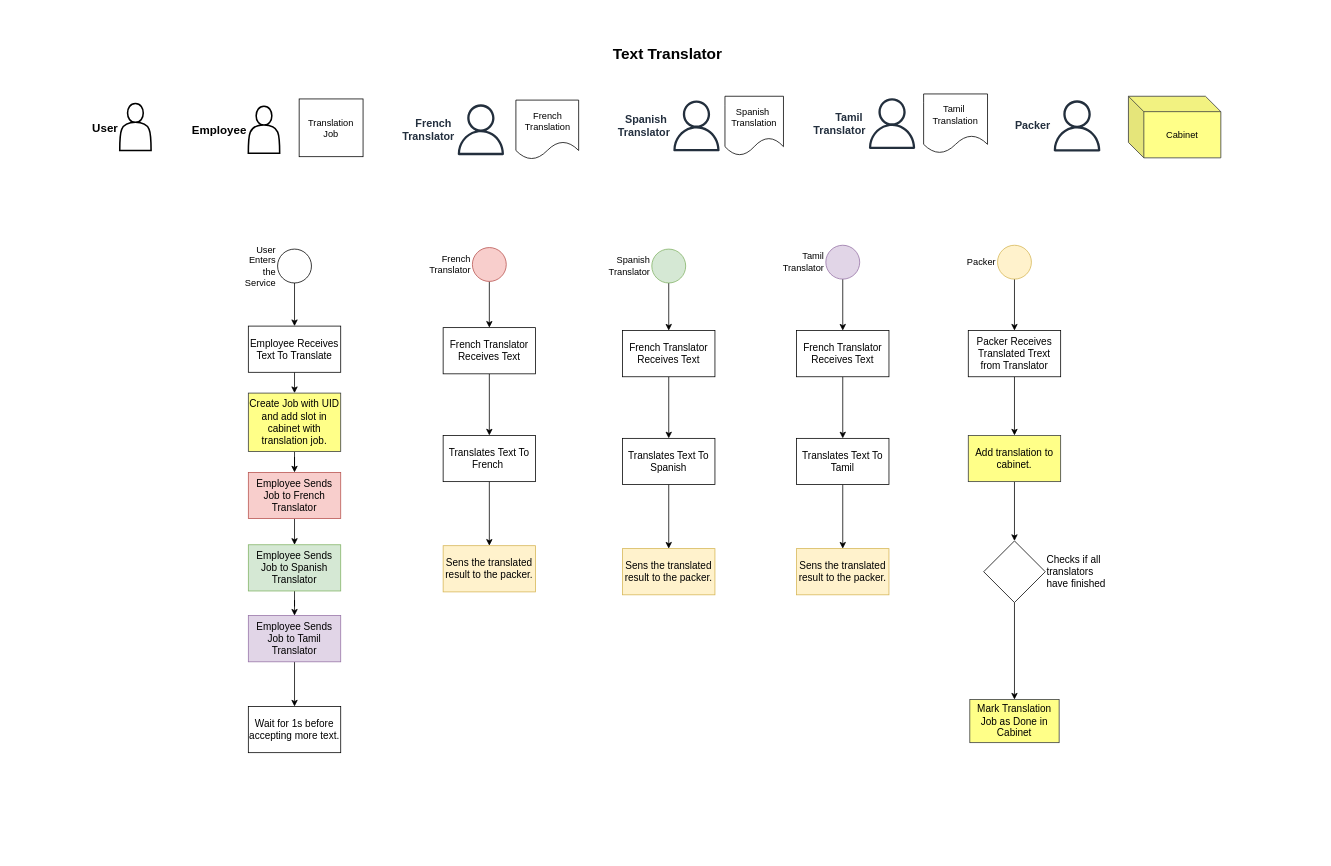
Above: page "text-translator" (6 of 7) of sample/LibraryManager.drawio in vishalpalaniappan/asp-adli-python (draw.io), before the change. Source tidied: cells renumbered, new cells numbered last; positions are measured from the earlier drawing's top-left corner, leaving out a move shared by most shapes. Both pictures are drawn from the tidied source at 77%, with x=0, y=0 at pixel (13, 13).
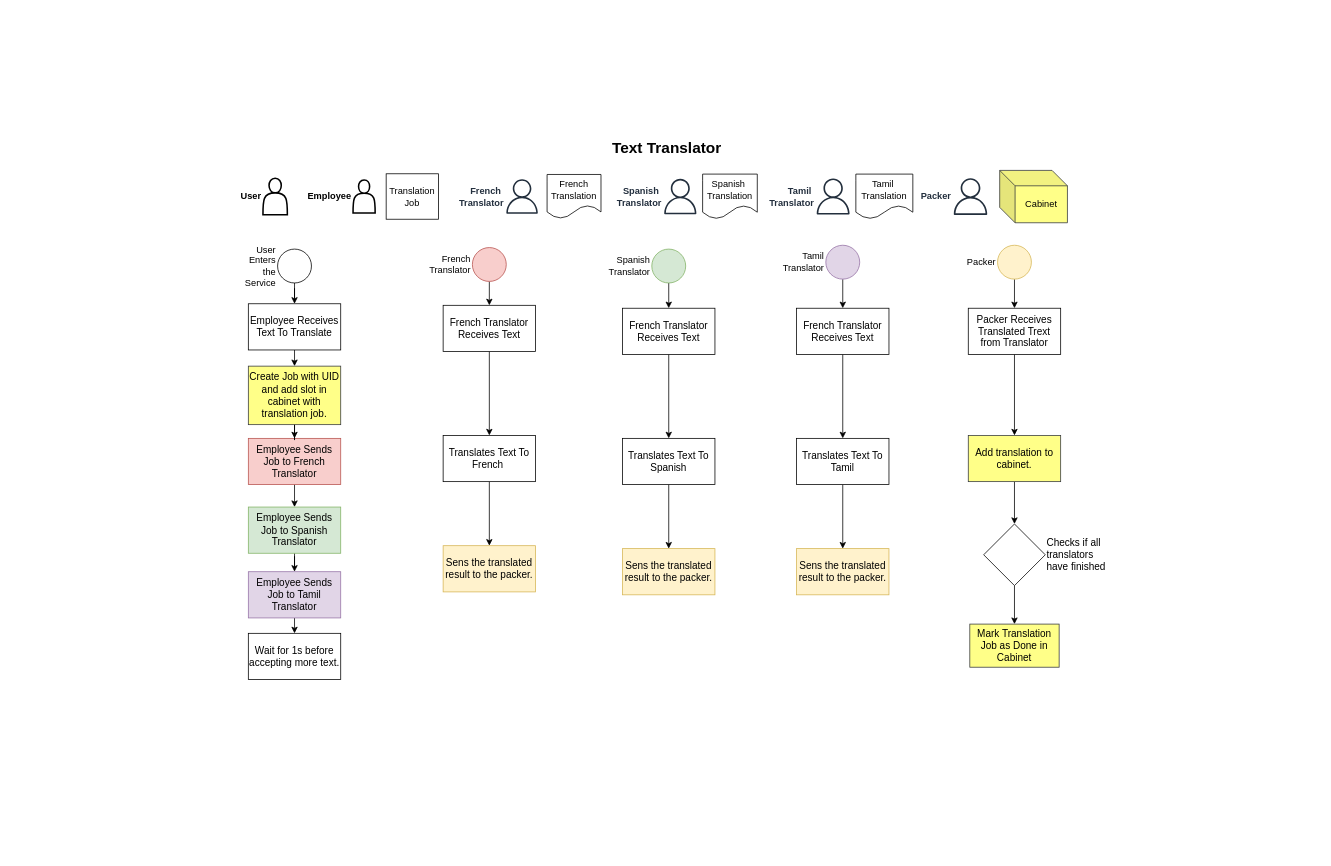
The same diagram, later.

What changed in the source:
```diff
@@
     <mxCell id="2" style="rounded=0;whiteSpace=wrap;html=1;strokeColor=none;" parent="1" vertex="1">
-      <mxGeometry width="1694" height="1091" as="geometry" />
+      <mxGeometry x="258" y="140" width="1186" height="769" as="geometry" />
     </mxCell>
@@
     <mxCell id="5" value="Text Translator&amp;nbsp;" style="text;html=1;align=center;verticalAlign=middle;whiteSpace=wrap;rounded=0;fontSize=20;fontStyle=1;" parent="1" vertex="1">
-      <mxGeometry x="697" y="37" width="311" height="30" as="geometry" />
+      <mxGeometry x="695.5" y="159" width="311" height="30" as="geometry" />
     </mxCell>
-    <mxCell id="6" value="User" style="shape=actor;whiteSpace=wrap;html=1;strokeWidth=2;fontStyle=1;labelPosition=left;verticalLabelPosition=middle;align=right;verticalAlign=middle;fontSize=15;" parent="1" vertex="1">
-      <mxGeometry x="138" y="117" width="40.7" height="61" as="geometry" />
+    <mxCell id="6" value="User" style="shape=actor;whiteSpace=wrap;html=1;strokeWidth=2;fontStyle=1;labelPosition=left;verticalLabelPosition=middle;align=right;verticalAlign=middle;fontSize=12;" parent="1" vertex="1">
+      <mxGeometry x="324" y="214" width="31.7" height="47.5" as="geometry" />
     </mxCell>
-    <mxCell id="7" value="French&amp;nbsp;&lt;div&gt;Translator&lt;/div&gt;" style="sketch=0;fontColor=#232F3E;gradientColor=none;fillColor=#232F3D;strokeColor=none;dashed=0;verticalLabelPosition=middle;verticalAlign=middle;align=right;html=1;fontSize=14;fontStyle=1;shape=mxgraph.aws4.user;labelPosition=left;" parent="1" vertex="1">
-      <mxGeometry x="574" y="118" width="66" height="66" as="geometry" />
+    <mxCell id="7" value="French&amp;nbsp;&lt;div style=&quot;font-size: 12px;&quot;&gt;Translator&lt;/div&gt;" style="sketch=0;fontColor=#232F3E;gradientColor=none;fillColor=#232F3D;strokeColor=none;dashed=0;verticalLabelPosition=middle;verticalAlign=middle;align=right;html=1;fontSize=12;fontStyle=1;shape=mxgraph.aws4.user;labelPosition=left;" parent="1" vertex="1">
+      <mxGeometry x="638" y="215.2" width="45" height="45" as="geometry" />
     </mxCell>
-    <mxCell id="8" value="Spanish&amp;nbsp;&lt;div&gt;Translator&lt;/div&gt;" style="sketch=0;fontColor=#232F3E;gradientColor=none;fillColor=#232F3D;strokeColor=none;dashed=0;verticalLabelPosition=middle;verticalAlign=middle;align=right;html=1;fontSize=14;fontStyle=1;shape=mxgraph.aws4.user;labelPosition=left;" parent="1" vertex="1">
-      <mxGeometry x="854" y="113" width="66" height="66" as="geometry" />
+    <mxCell id="8" value="Spanish&amp;nbsp;&lt;div style=&quot;font-size: 12px;&quot;&gt;Translator&lt;/div&gt;" style="sketch=0;fontColor=#232F3E;gradientColor=none;fillColor=#232F3D;strokeColor=none;dashed=0;verticalLabelPosition=middle;verticalAlign=middle;align=right;html=1;fontSize=12;fontStyle=1;shape=mxgraph.aws4.user;labelPosition=left;" parent="1" vertex="1">
+      <mxGeometry x="843" y="214.8" width="46" height="46" as="geometry" />
     </mxCell>
-    <mxCell id="9" value="Tamil&amp;nbsp;&lt;div&gt;Translator&lt;/div&gt;" style="sketch=0;fontColor=#232F3E;gradientColor=none;fillColor=#232F3D;strokeColor=none;dashed=0;verticalLabelPosition=middle;verticalAlign=middle;align=right;html=1;fontSize=14;fontStyle=1;shape=mxgraph.aws4.user;labelPosition=left;" parent="1" vertex="1">
-      <mxGeometry x="1108" y="110" width="66" height="66" as="geometry" />
+    <mxCell id="9" value="Tamil&amp;nbsp;&lt;div style=&quot;font-size: 12px;&quot;&gt;Translator&lt;/div&gt;" style="sketch=0;fontColor=#232F3E;gradientColor=none;fillColor=#232F3D;strokeColor=none;dashed=0;verticalLabelPosition=middle;verticalAlign=middle;align=right;html=1;fontSize=12;fontStyle=1;shape=mxgraph.aws4.user;labelPosition=left;" parent="1" vertex="1">
+      <mxGeometry x="1041" y="214.2" width="47" height="47" as="geometry" />
     </mxCell>
-    <mxCell id="10" value="Employee" style="shape=actor;whiteSpace=wrap;html=1;strokeWidth=2;fontStyle=1;labelPosition=left;verticalLabelPosition=middle;align=right;verticalAlign=middle;fontSize=15;" parent="1" vertex="1">
-      <mxGeometry x="305" y="120.5" width="40.7" height="61" as="geometry" />
+    <mxCell id="10" value="Employee" style="shape=actor;whiteSpace=wrap;html=1;strokeWidth=2;fontStyle=1;labelPosition=left;verticalLabelPosition=middle;align=right;verticalAlign=middle;fontSize=12;" parent="1" vertex="1">
+      <mxGeometry x="441" y="216.2" width="28.7" height="43" as="geometry" />
     </mxCell>
@@
     <mxCell id="12" value="Employee Receives Text To Translate" style="rounded=0;whiteSpace=wrap;html=1;fontSize=13;" parent="1" vertex="1">
-      <mxGeometry x="305" y="406" width="120" height="60" as="geometry" />
+      <mxGeometry x="305" y="377" width="120" height="60" as="geometry" />
     </mxCell>
@@
     <mxCell id="14" value="Employee Sends Job to French Translator" style="rounded=0;whiteSpace=wrap;html=1;fontSize=13;fillColor=#f8cecc;strokeColor=#b85450;" parent="1" vertex="1">
-      <mxGeometry x="305" y="596" width="120" height="60" as="geometry" />
+      <mxGeometry x="305" y="551.8" width="120" height="60" as="geometry" />
     </mxCell>
@@
     <mxCell id="16" value="Employee Sends Job to Spanish Translator" style="rounded=0;whiteSpace=wrap;html=1;fontSize=13;fillColor=#d5e8d4;strokeColor=#82b366;" parent="1" vertex="1">
-      <mxGeometry x="305" y="690" width="120" height="60" as="geometry" />
+      <mxGeometry x="305" y="641" width="120" height="60" as="geometry" />
     </mxCell>
@@
     <mxCell id="18" value="Employee Sends Job to Tamil Translator" style="rounded=0;whiteSpace=wrap;html=1;fontSize=13;fillColor=#e1d5e7;strokeColor=#9673a6;" parent="1" vertex="1">
-      <mxGeometry x="305" y="782" width="120" height="60" as="geometry" />
+      <mxGeometry x="305" y="725" width="120" height="60" as="geometry" />
     </mxCell>
     <mxCell id="19" value="Wait for 1s before accepting more text." style="rounded=0;whiteSpace=wrap;html=1;fontSize=13;" parent="1" vertex="1">
-      <mxGeometry x="305" y="900" width="120" height="60" as="geometry" />
+      <mxGeometry x="305" y="805" width="120" height="60" as="geometry" />
     </mxCell>
@@
     <mxCell id="27" value="French Translator Receives Text" style="rounded=0;whiteSpace=wrap;html=1;fontSize=13;" parent="1" vertex="1">
-      <mxGeometry x="558" y="408" width="120" height="60" as="geometry" />
+      <mxGeometry x="558" y="379" width="120" height="60" as="geometry" />
     </mxCell>
@@
     <mxCell id="32" value="French Translator Receives Text" style="rounded=0;whiteSpace=wrap;html=1;fontSize=13;" parent="1" vertex="1">
-      <mxGeometry x="791" y="411.8" width="120" height="60" as="geometry" />
+      <mxGeometry x="791" y="382.8" width="120" height="60" as="geometry" />
     </mxCell>
@@
     <mxCell id="37" value="French Translator Receives Text" style="rounded=0;whiteSpace=wrap;html=1;fontSize=13;" parent="1" vertex="1">
-      <mxGeometry x="1017" y="411.8" width="120" height="60" as="geometry" />
+      <mxGeometry x="1017" y="382.8" width="120" height="60" as="geometry" />
     </mxCell>
@@
     <mxCell id="44" value="Packer Receives Translated Trext from Translator" style="rounded=0;whiteSpace=wrap;html=1;fontSize=13;" parent="1" vertex="1">
-      <mxGeometry x="1240" y="411.8" width="120" height="60" as="geometry" />
+      <mxGeometry x="1240" y="382.8" width="120" height="60" as="geometry" />
     </mxCell>
@@
     <mxCell id="48" value="Checks if all translators have finished" style="rhombus;whiteSpace=wrap;html=1;fontSize=13;labelPosition=right;verticalLabelPosition=middle;align=left;verticalAlign=middle;" parent="1" vertex="1">
-      <mxGeometry x="1260" y="685" width="80" height="80" as="geometry" />
+      <mxGeometry x="1260" y="663" width="80" height="80" as="geometry" />
     </mxCell>
     <mxCell id="49" value="Mark Translation Job as Done in Cabinet" style="rounded=0;whiteSpace=wrap;html=1;fontSize=13;fillColor=#ffff88;strokeColor=#36393d;" parent="1" vertex="1">
-      <mxGeometry x="1242" y="891" width="116" height="56" as="geometry" />
+      <mxGeometry x="1242" y="793" width="116" height="56" as="geometry" />
     </mxCell>
     <mxCell id="50" value="French&lt;div&gt;Translation&lt;/div&gt;" style="shape=document;whiteSpace=wrap;html=1;boundedLbl=1;" parent="1" vertex="1">
-      <mxGeometry x="652.5" y="112.5" width="81.5" height="77" as="geometry" />
+      <mxGeometry x="693" y="209.1" width="70" height="57.2" as="geometry" />
     </mxCell>
     <mxCell id="51" value="Spanish&amp;nbsp;&lt;div&gt;Translation&lt;/div&gt;" style="shape=document;whiteSpace=wrap;html=1;boundedLbl=1;" parent="1" vertex="1">
-      <mxGeometry x="924" y="107.5" width="76" height="77" as="geometry" />
+      <mxGeometry x="895" y="208.6" width="71" height="58.2" as="geometry" />
     </mxCell>
     <mxCell id="52" value="Tamil&amp;nbsp;&lt;div&gt;Translation&lt;/div&gt;" style="shape=document;whiteSpace=wrap;html=1;boundedLbl=1;" parent="1" vertex="1">
-      <mxGeometry x="1182" y="104.5" width="83" height="77" as="geometry" />
+      <mxGeometry x="1094" y="208.6" width="74" height="58.2" as="geometry" />
     </mxCell>
-    <mxCell id="53" value="Packer" style="sketch=0;fontColor=#232F3E;gradientColor=none;fillColor=#232F3D;strokeColor=none;dashed=0;verticalLabelPosition=middle;verticalAlign=middle;align=right;html=1;fontSize=14;fontStyle=1;shape=mxgraph.aws4.user;labelPosition=left;" parent="1" vertex="1">
-      <mxGeometry x="1348" y="112.8" width="66.5" height="66.5" as="geometry" />
+    <mxCell id="53" value="Packer" style="sketch=0;fontColor=#232F3E;gradientColor=none;fillColor=#232F3D;strokeColor=none;dashed=0;verticalLabelPosition=middle;verticalAlign=middle;align=right;html=1;fontSize=12;fontStyle=1;shape=mxgraph.aws4.user;labelPosition=left;" parent="1" vertex="1">
+      <mxGeometry x="1219" y="213.9" width="47.8" height="47.8" as="geometry" />
     </mxCell>
     <mxCell id="54" value="Cabinet" style="shape=cube;whiteSpace=wrap;html=1;boundedLbl=1;backgroundOutline=1;darkOpacity=0.05;darkOpacity2=0.1;fillColor=#ffff88;strokeColor=#36393d;" parent="1" vertex="1">
-      <mxGeometry x="1448" y="107.5" width="120" height="80" as="geometry" />
+      <mxGeometry x="1280.8" y="203.8" width="88" height="68" as="geometry" />
     </mxCell>
@@
     <mxCell id="56" value="Create Job with UID and add slot in cabinet with translation job." style="rounded=0;whiteSpace=wrap;html=1;fontSize=13;fillColor=#ffff88;strokeColor=#36393d;" parent="1" vertex="1">
-      <mxGeometry x="305" y="493" width="120" height="76" as="geometry" />
+      <mxGeometry x="305" y="458" width="120" height="76" as="geometry" />
     </mxCell>
     <mxCell id="57" value="Translation Job" style="rounded=0;whiteSpace=wrap;html=1;" parent="1" vertex="1">
-      <mxGeometry x="371" y="111" width="83" height="75" as="geometry" />
+      <mxGeometry x="484" y="208.2" width="68" height="59" as="geometry" />
     </mxCell>
```
